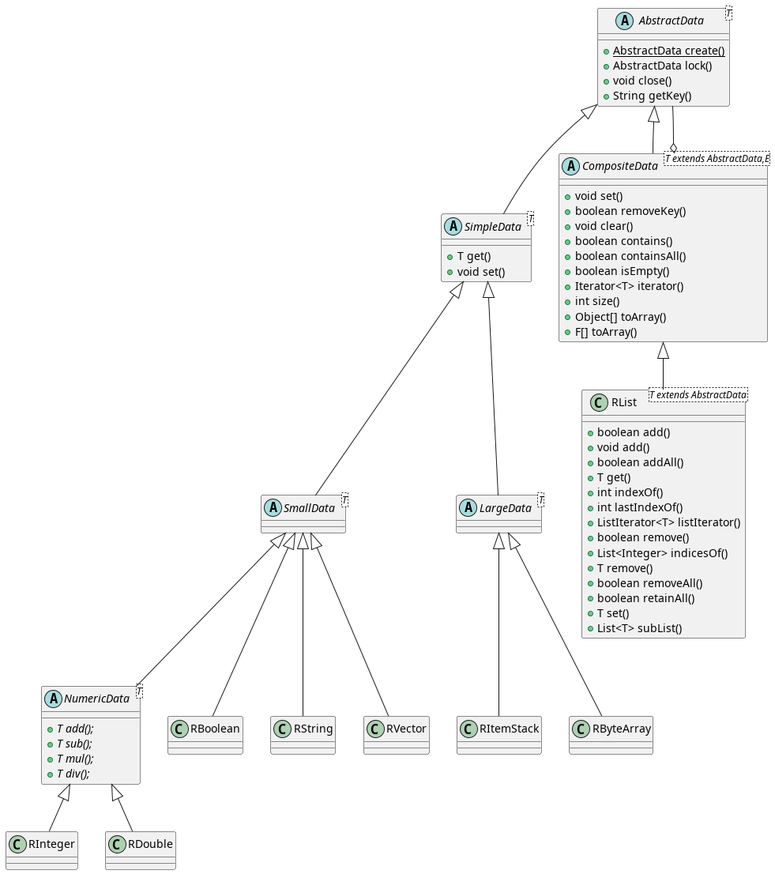
Before: out/DataTypes/DataType.png, a diagram exported from PlantUML (chrisb09/firecord).
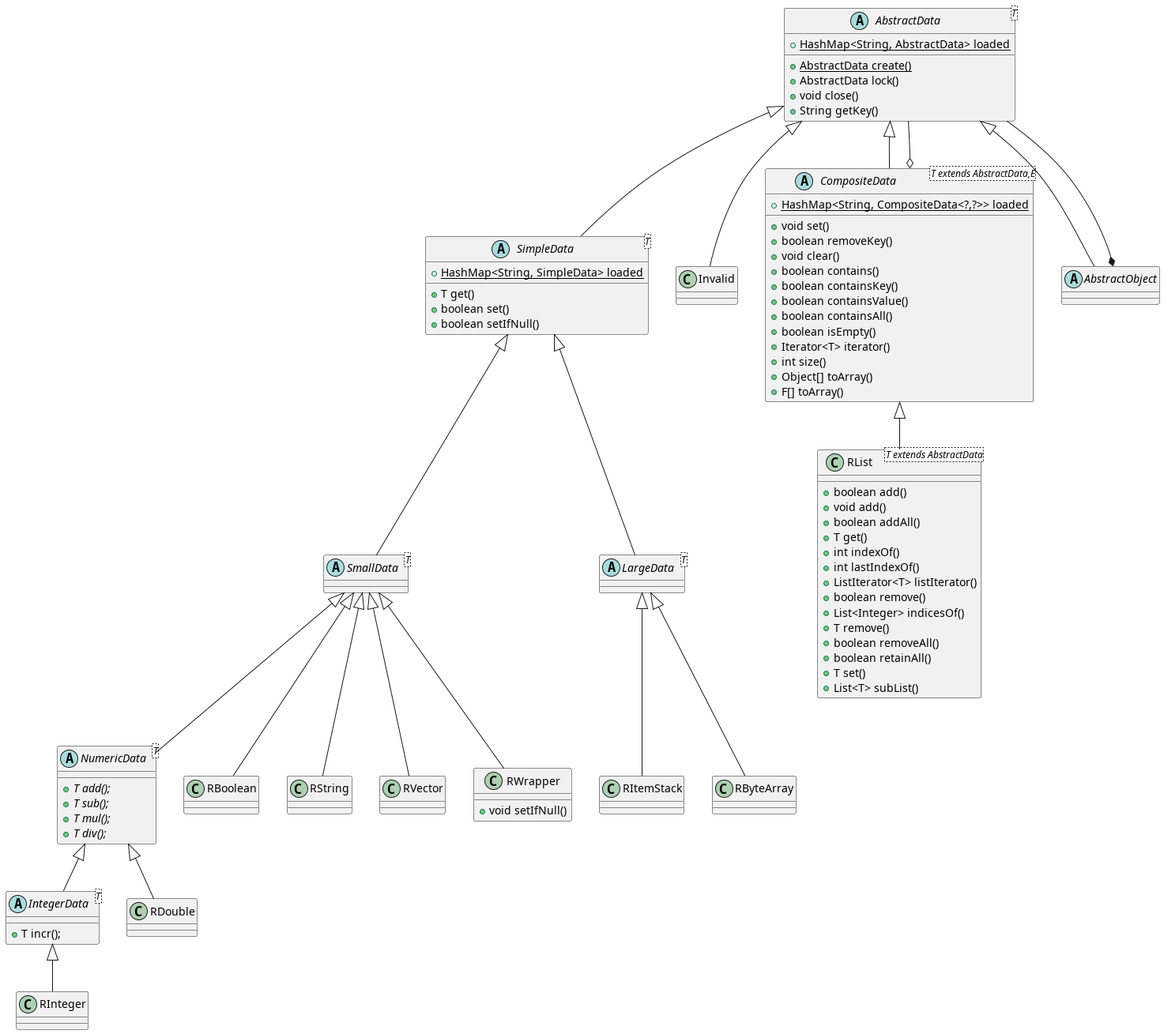
Above is the later version.

Commit message:
update UML class diagram

Diff of the diagram source:
```diff
@@ -3,6 +3,7 @@
 abstract AbstractData
 
 abstract AbstractData <T> {
+    + {static} HashMap<String, AbstractData> loaded
     + {static} AbstractData create()
     + AbstractData lock()
     + void close()
@@ -18,8 +19,14 @@
 }
 
 abstract SimpleData<T> extends AbstractData {
+    + {static} HashMap<String, SimpleData> loaded
     + T get()
-    + void set()
+    + boolean set()
+    + boolean setIfNull()
+}
+
+class Invalid extends AbstractData {
+
 }
 
 abstract NumericData<T> extends SmallData {
@@ -27,6 +34,10 @@
     + {abstract} T sub();
     + {abstract} T mul();
     + {abstract} T div();
+}
+
+abstract IntegerData<T> extends NumericData {
+    + T incr();
 }
 
 class RBoolean extends SmallData {
@@ -41,7 +52,11 @@
 
 }
 
-class RInteger extends NumericData {
+class RWrapper extends SmallData {
+    + void setIfNull()
+}
+
+class RInteger extends IntegerData {
 
 }
 
@@ -60,10 +75,13 @@
 
 
 abstract CompositeData <T extends AbstractData,E> extends AbstractData {
+    + {static} HashMap<String, CompositeData<?,?>> loaded
     + void set()
     + boolean removeKey()
     + void clear()
     + boolean contains()
+    + boolean containsKey()
+    + boolean containsValue()
     + boolean containsAll()
     + boolean isEmpty()
     + Iterator<T> iterator()
@@ -92,6 +110,12 @@
 
 CompositeData o-- AbstractData
 
+abstract AbstractObject extends AbstractData {
+
+}
+
+AbstractObject *-- AbstractData
+
 
 
 @enduml
```
